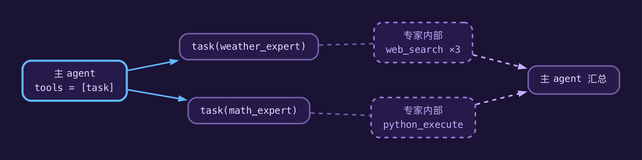
The Graphviz diagram docs/assets/subagent-tool.png in sailor723/langconfig, before a commit. Its source is kept beside it as docs/assets/subagent-tool.dot.
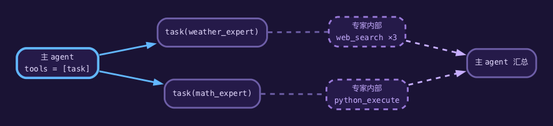
The same diagram one commit later.

What changed in the source:
```diff
@@ -1,14 +1,14 @@
 digraph subagent {
   rankdir=LR;
   bgcolor="#1A1334";
-  pad=0.45;
-  nodesep=0.7;
+  pad=0.30;
+  nodesep=0.59;
   ranksep=1.05;
   fontname="Menlo";
 
-  node [shape=box, style="rounded,filled", penwidth=2.2, fontname="Menlo", fontsize=14,
-        margin="0.24,0.14", fillcolor="#251A49", color="#9B7BDB", fontcolor="#E5DBFF"];
-  edge [fontname="Menlo", fontsize=12, color="#62B7FF", fontcolor="#C7AEFF",
+  node [shape=box, style="rounded,filled", penwidth=2.2, fontname="Menlo", fontsize=10,
+        margin="0.14,0.07", fillcolor="#251A49", color="#9B7BDB", fontcolor="#E5DBFF"];
+  edge [fontname="Menlo", fontsize=9, color="#62B7FF", fontcolor="#C7AEFF",
         penwidth=2.2, arrowsize=0.9];
 
   main [label="主 agent\ntools = [task]", color="#62B7FF", penwidth=3.0];
```
